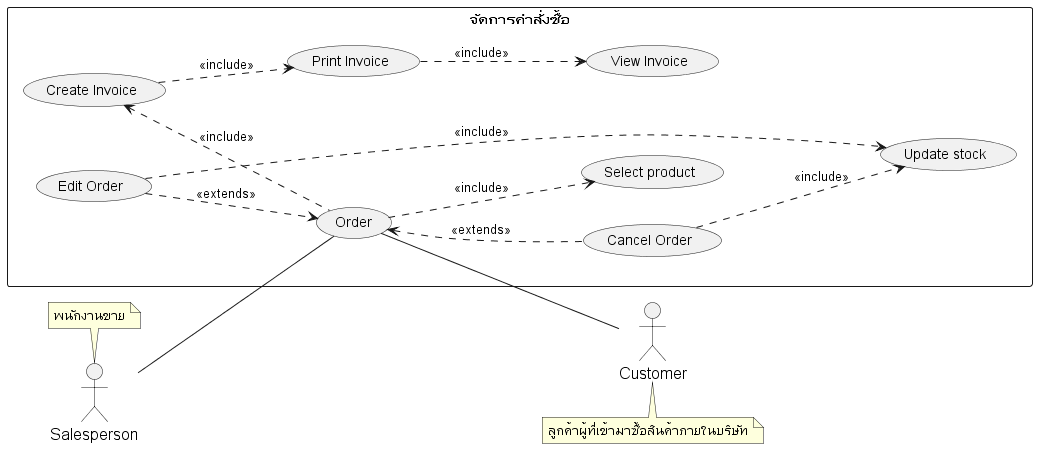
The PlantUML diagram out/system-analysis/usecase/_4_usecase-order/_4_usecase-order.png in billowdev/inventory-system-plantuml-sequelize-seeder-example, before a commit.
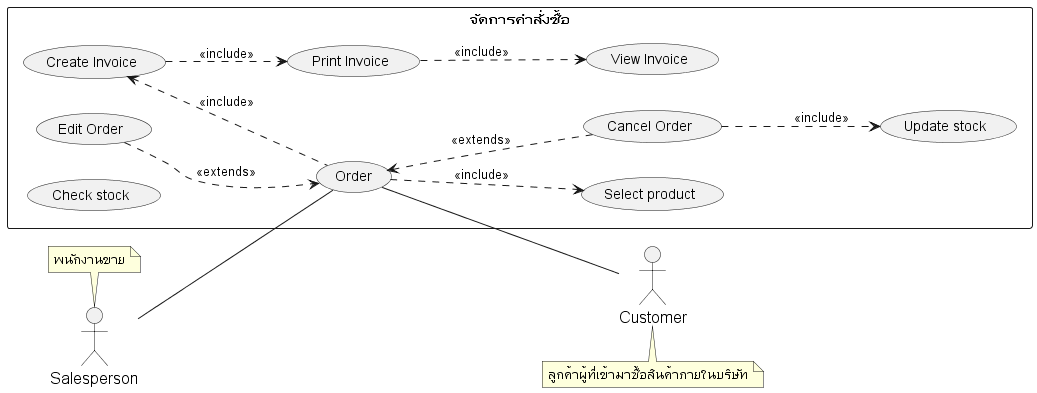
After the change.

The edit, as a diff of the source:
```diff
@@ -33,7 +33,7 @@
     usecase (Order) as (usecaseOrder)
     usecase (Edit Order) as (usecaseEditOrder)
     usecase (Cancel Order) as (usecaseDeleteOrder)
-
+    usecase (Check stock) as (usecaseCheckStock)
 
     usecase (Update stock) as (usecaseUpdateStock)
 
@@ -44,7 +44,7 @@
 
     (usecaseOrder) <.. (usecaseDeleteOrder) : <<extends>>
     (usecaseEditOrder) ..> (usecaseOrder) : <<extends>>
-    (usecaseEditOrder) ..> (usecaseUpdateStock) : <<include>>
+
     (usecaseDeleteOrder) ..> (usecaseUpdateStock) : <<include>>
     (usecaseCreateInvoice) <.. (usecaseOrder) : <<include>>
 
```
